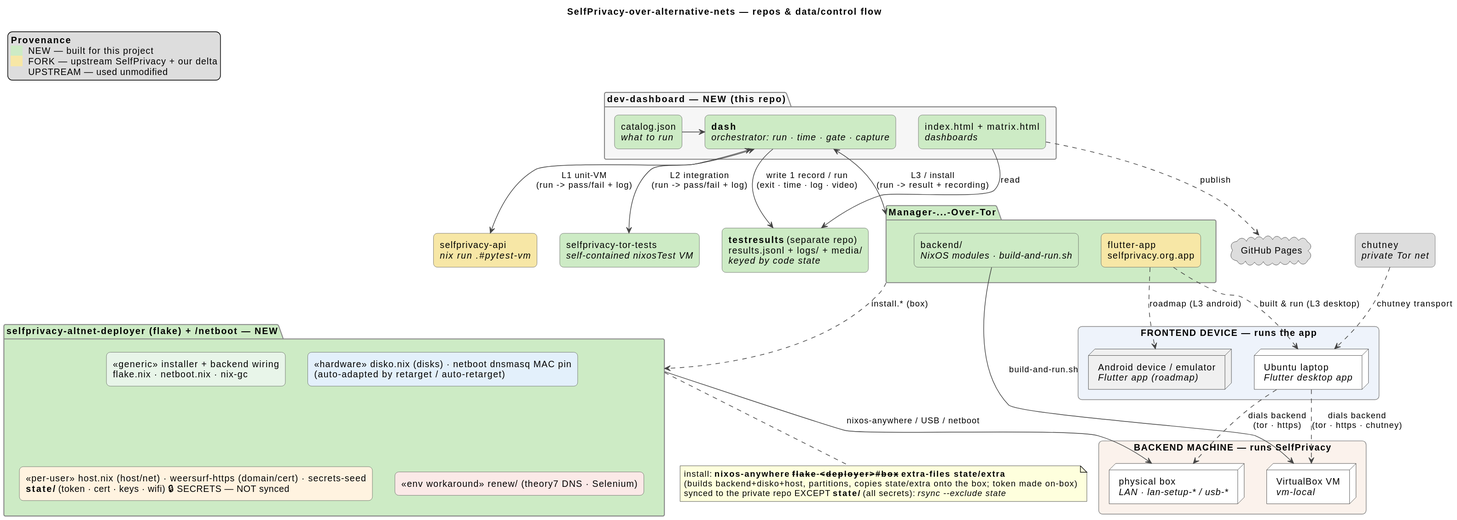
selfprivacy-over-alternative-nets/dev-dashboard keeps this PlantUML diagram as docs/architecture.svg. Above is the earlier version. Its source is kept beside it as docs/architecture.puml.
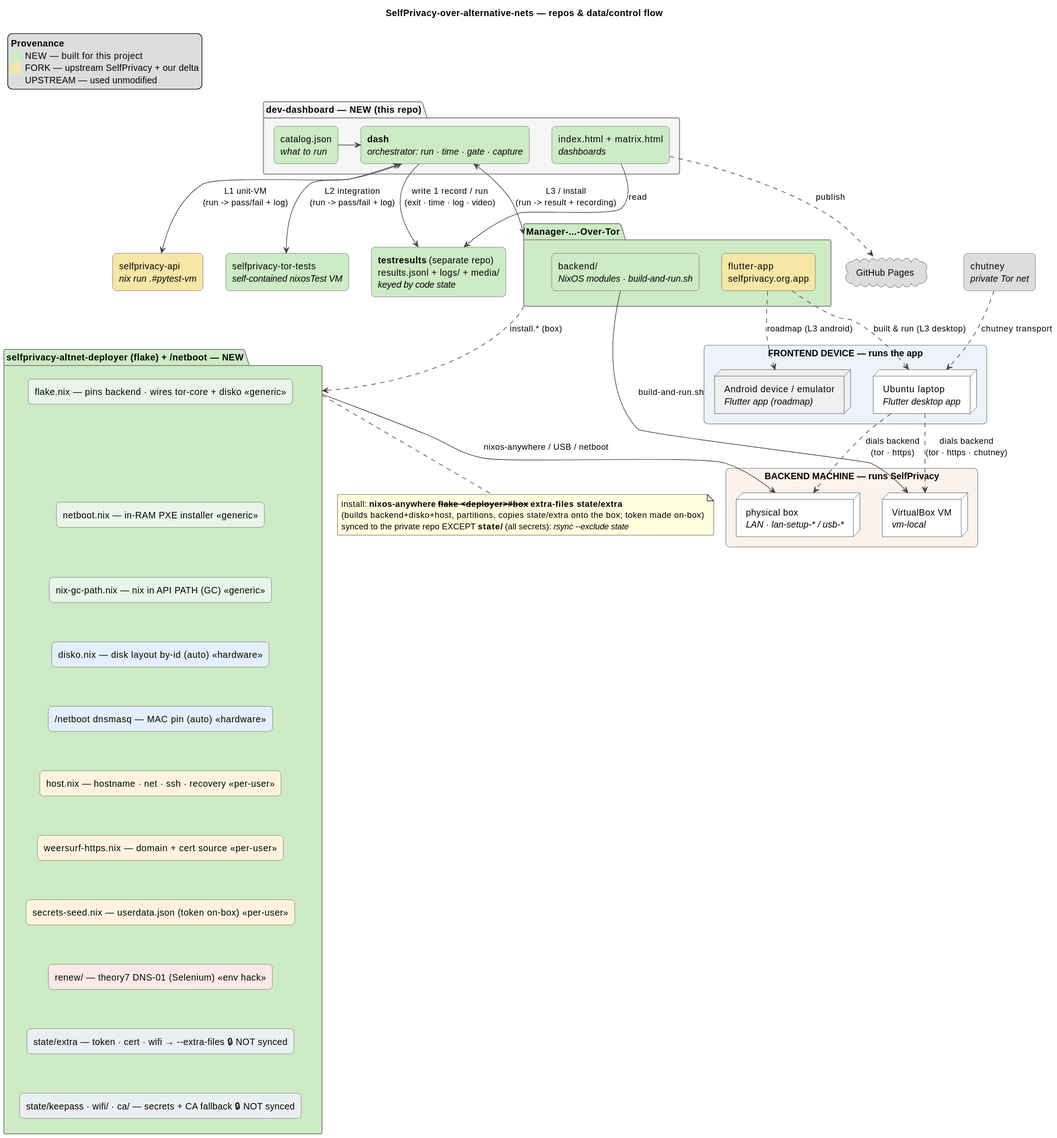
After the change.

Commit message:
diagram: render the deployer as a vertical 'skyscraper' — one floor per file, colour-banded by varies-by

Each element is its own floor, stacked top→bottom, coloured by what it varies by (green generic →
blue hardware/auto → amber per-user → red env hack → grey state/secrets NOT synced). Hidden edges
force the vertical stack.

Diff of the diagram source:
```diff
@@ -46,10 +46,27 @@
 dash <--> mgr    : L3 / install\n(run -> result + recording)
 
 package "selfprivacy-altnet-deployer (flake) + ~/netboot — NEW" as deploy #CDEBC5 {
-  rectangle "«generic» installer + backend wiring\nflake.nix · netboot.nix · nix-gc" as d_gen #E8F5E9
-  rectangle "«hardware» disko.nix (disks) · netboot dnsmasq MAC pin\n(auto-adapted by retarget / auto-retarget)" as d_hw #E3F0FB
-  rectangle "«per-user» host.nix (host/net) · weersurf-https (domain/cert) · secrets-seed\n<b>state/</b> (token · cert · keys · wifi)  🔒 SECRETS — NOT synced" as d_user #FFF3E0
-  rectangle "«env workaround» renew/ (theory7 DNS · Selenium)" as d_env #FBE9E7
+  rectangle "flake.nix — pins backend · wires tor-core + disko   «generic»" as f1 #E8F5E9
+  rectangle "netboot.nix — in-RAM PXE installer   «generic»" as f2 #E8F5E9
+  rectangle "nix-gc-path.nix — nix in API PATH (GC)   «generic»" as f3 #E8F5E9
+  rectangle "disko.nix — disk layout by-id (auto)   «hardware»" as f4 #E3F0FB
+  rectangle "~/netboot dnsmasq — MAC pin (auto)   «hardware»" as f5 #E3F0FB
+  rectangle "host.nix — hostname · net · ssh · recovery   «per-user»" as f6 #FFF3E0
+  rectangle "weersurf-https.nix — domain + cert source   «per-user»" as f7 #FFF3E0
+  rectangle "secrets-seed.nix — userdata.json (token on-box)   «per-user»" as f8 #FFF3E0
+  rectangle "renew/ — theory7 DNS-01 (Selenium)   «env hack»" as f9 #FBE9E7
+  rectangle "state/extra — token · cert · wifi → --extra-files   🔒 NOT synced" as f10 #ECEFF1
+  rectangle "state/keepass · wifi/ · ca/ — secrets + CA fallback   🔒 NOT synced" as f11 #ECEFF1
+  f1 -[hidden]down-> f2
+  f2 -[hidden]down-> f3
+  f3 -[hidden]down-> f4
+  f4 -[hidden]down-> f5
+  f5 -[hidden]down-> f6
+  f6 -[hidden]down-> f7
+  f7 -[hidden]down-> f8
+  f8 -[hidden]down-> f9
+  f9 -[hidden]down-> f10
+  f10 -[hidden]down-> f11
 }
 note bottom of deploy
   install: <b>nixos-anywhere --flake <deployer>#box --extra-files state/extra</b>
```
